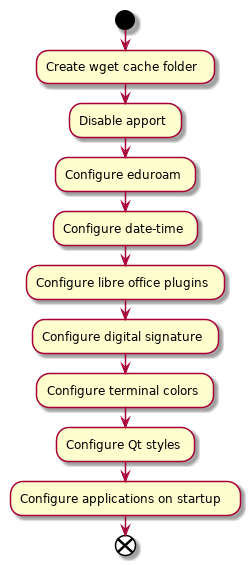
Before: docs/uml/system-config.png, a diagram exported from PlantUML (cslucr/ubuntu-ucr).
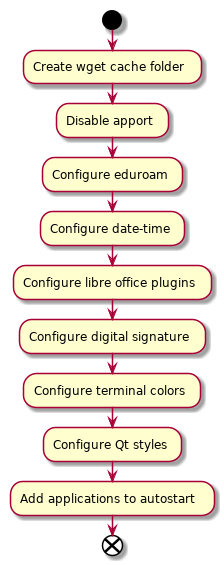
The same diagram one commit later.

Commit message:
Added autostart as a attribute of packages

The edit, as a diff of the source:
```diff
@@ -8,6 +8,6 @@
 :Configure digital signature;
 :Configure terminal colors;
 :Configure Qt styles;
-:Configure applications on startup;
+:Add applications to autostart;
 end
 @enduml
```
